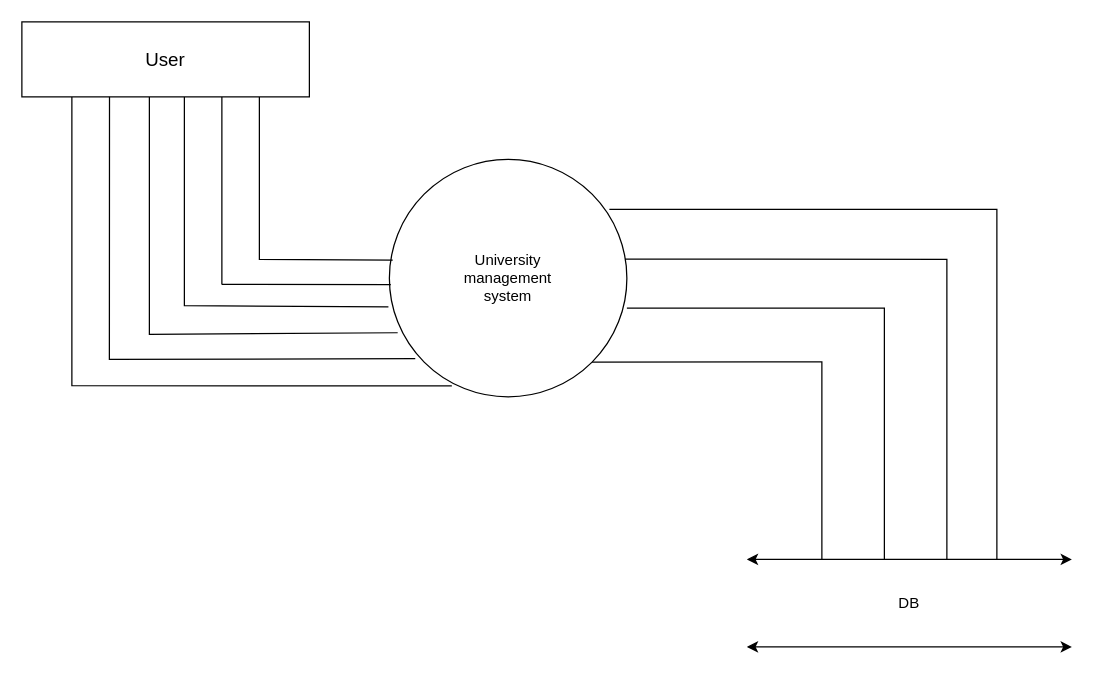
Above: university_management.drawio in mdarslan7/sepm_lab_diagrams (draw.io), before the change. Source tidied: cells renumbered, new cells numbered last; positions are measured from the earlier drawing's top-left corner, leaving out a move shared by most shapes. Both pictures are drawn from the tidied source at 125%, with x=0, y=0 at pixel (21, 21).
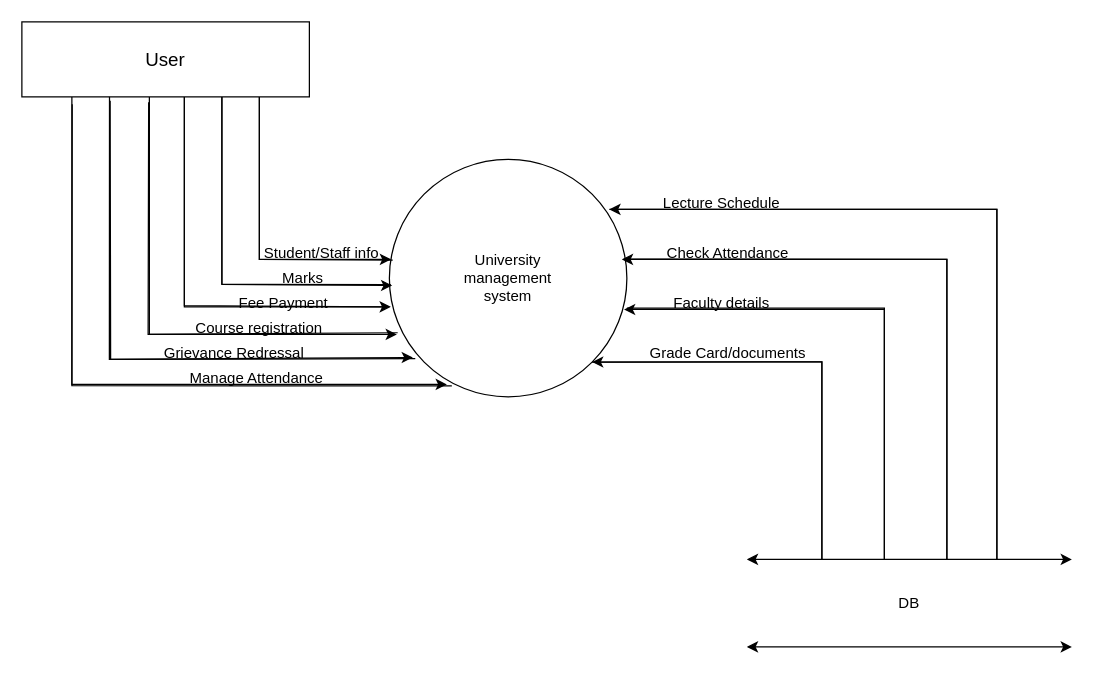
The same page after the edit.

Unchanged cells that the change refers to:
```xml
<mxCell id="2" style="ellipse;whiteSpace=wrap;html=1;" parent="1" vertex="1">
  <mxGeometry x="294" y="110" width="190" height="190" as="geometry" />
</mxCell>
<mxCell id="4" value="&lt;font style=&quot;font-size: 15px;&quot;&gt;User&lt;/font&gt;" style="rounded=0;whiteSpace=wrap;html=1;" parent="1" vertex="1">
  <mxGeometry width="230" height="60" as="geometry" />
</mxCell>
```

Change to the diagram source:
```diff
@@
+    <mxCell id="19" style="endArrow=classic;html=1;rounded=0;entryX=0.007;entryY=0.421;entryDx=0;entryDy=0;entryPerimeter=0;" parent="1" edge="1" target="2">
+      <mxGeometry relative="1" as="geometry">
+        <mxPoint x="190" y="60" as="sourcePoint" />
+        <Array as="points">
+          <mxPoint x="190" y="190" />
+        </Array>
+      </mxGeometry>
+    </mxCell>
+    <mxCell id="20" style="endArrow=classic;html=1;rounded=0;entryX=0.012;entryY=0.531;entryDx=0;entryDy=0;entryPerimeter=0;" parent="1" edge="1" target="2">
+      <mxGeometry relative="1" as="geometry">
+        <mxPoint x="160" y="60" as="sourcePoint" />
+        <Array as="points">
+          <mxPoint x="160" y="210" />
+        </Array>
+      </mxGeometry>
+    </mxCell>
+    <mxCell id="21" style="endArrow=classic;html=1;rounded=0;entryX=0.006;entryY=0.621;entryDx=0;entryDy=0;entryPerimeter=0;" parent="1" edge="1" target="2">
+      <mxGeometry relative="1" as="geometry">
+        <mxPoint x="130" y="60" as="sourcePoint" />
+        <Array as="points">
+          <mxPoint x="130" y="228" />
+        </Array>
+      </mxGeometry>
+    </mxCell>
+    <mxCell id="22" style="endArrow=classic;html=1;rounded=0;exitX=0.441;exitY=1.071;exitDx=0;exitDy=0;exitPerimeter=0;" parent="1" edge="1" source="4">
+      <mxGeometry relative="1" as="geometry">
+        <mxPoint x="300" y="250" as="targetPoint" />
+        <Array as="points">
+          <mxPoint x="101" y="250" />
+        </Array>
+      </mxGeometry>
+    </mxCell>
+    <mxCell id="23" style="endArrow=classic;html=1;rounded=0;exitX=0.307;exitY=1.053;exitDx=0;exitDy=0;exitPerimeter=0;entryX=0.099;entryY=0.834;entryDx=0;entryDy=0;entryPerimeter=0;" parent="1" edge="1" source="4" target="2">
+      <mxGeometry relative="1" as="geometry">
+        <Array as="points">
+          <mxPoint x="71" y="270" />
+        </Array>
+      </mxGeometry>
+    </mxCell>
+    <mxCell id="24" style="endArrow=classic;html=1;rounded=0;exitX=0.175;exitY=1.098;exitDx=0;exitDy=0;exitPerimeter=0;" parent="1" edge="1" source="4">
+      <mxGeometry relative="1" as="geometry">
+        <mxPoint x="340" y="290" as="targetPoint" />
+        <Array as="points">
+          <mxPoint x="40" y="290" />
+        </Array>
+      </mxGeometry>
+    </mxCell>
+    <mxCell id="25" style="endArrow=classic;html=1;rounded=0;entryX=1;entryY=1;entryDx=0;entryDy=0;" parent="1" edge="1" target="2">
+      <mxGeometry relative="1" as="geometry">
+        <mxPoint x="640" y="430" as="sourcePoint" />
+        <Array as="points">
+          <mxPoint x="640" y="272" />
+        </Array>
+      </mxGeometry>
+    </mxCell>
+    <mxCell id="26" style="endArrow=classic;html=1;rounded=0;entryX=0.988;entryY=0.632;entryDx=0;entryDy=0;entryPerimeter=0;" parent="1" edge="1" target="2">
+      <mxGeometry relative="1" as="geometry">
+        <mxPoint x="690" y="430" as="sourcePoint" />
+        <Array as="points">
+          <mxPoint x="690" y="230" />
+        </Array>
+      </mxGeometry>
+    </mxCell>
+    <mxCell id="27" style="endArrow=classic;html=1;rounded=0;" parent="1" edge="1">
+      <mxGeometry relative="1" as="geometry">
+        <mxPoint x="740" y="430" as="sourcePoint" />
+        <mxPoint x="480" y="190" as="targetPoint" />
+        <Array as="points">
+          <mxPoint x="740" y="190" />
+        </Array>
+      </mxGeometry>
+    </mxCell>
+    <mxCell id="28" style="endArrow=classic;html=1;rounded=0;" parent="1" edge="1">
+      <mxGeometry relative="1" as="geometry">
+        <mxPoint x="780" y="430" as="sourcePoint" />
+        <mxPoint x="470" y="150" as="targetPoint" />
+        <Array as="points">
+          <mxPoint x="780" y="150" />
+        </Array>
+      </mxGeometry>
+    </mxCell>
+    <mxCell id="29" value="Student/Staff info" style="text;html=1;align=center;verticalAlign=middle;whiteSpace=wrap;rounded=0;" parent="1" vertex="1">
+      <mxGeometry x="190" y="170" width="100" height="30" as="geometry" />
+    </mxCell>
+    <mxCell id="30" value="Marks" style="text;html=1;align=center;verticalAlign=middle;whiteSpace=wrap;rounded=0;" parent="1" vertex="1">
+      <mxGeometry x="190" y="190" width="70" height="30" as="geometry" />
+    </mxCell>
+    <mxCell id="31" value="Fee Payment" style="text;html=1;align=center;verticalAlign=middle;whiteSpace=wrap;rounded=0;" parent="1" vertex="1">
+      <mxGeometry x="159" y="210" width="101" height="30" as="geometry" />
+    </mxCell>
+    <mxCell id="32" value="Course registration" style="text;html=1;align=center;verticalAlign=middle;whiteSpace=wrap;rounded=0;" parent="1" vertex="1">
+      <mxGeometry x="130" y="230" width="120" height="30" as="geometry" />
+    </mxCell>
+    <mxCell id="33" value="Grievance Redressal" style="text;html=1;align=center;verticalAlign=middle;whiteSpace=wrap;rounded=0;" parent="1" vertex="1">
+      <mxGeometry x="110" y="250" width="120" height="30" as="geometry" />
+    </mxCell>
+    <mxCell id="34" value="Manage Attendance" style="text;html=1;align=center;verticalAlign=middle;whiteSpace=wrap;rounded=0;" parent="1" vertex="1">
+      <mxGeometry x="130" y="270" width="116" height="30" as="geometry" />
+    </mxCell>
+    <mxCell id="35" value="Check Attendance" style="text;html=1;align=center;verticalAlign=middle;whiteSpace=wrap;rounded=0;" parent="1" vertex="1">
+      <mxGeometry x="515" y="170" width="100" height="30" as="geometry" />
+    </mxCell>
+    <mxCell id="36" value="Faculty details" style="text;html=1;align=center;verticalAlign=middle;whiteSpace=wrap;rounded=0;" parent="1" vertex="1">
+      <mxGeometry x="515" y="210" width="90" height="30" as="geometry" />
+    </mxCell>
+    <mxCell id="37" value="Lecture Schedule" style="text;html=1;align=center;verticalAlign=middle;whiteSpace=wrap;rounded=0;" parent="1" vertex="1">
+      <mxGeometry x="505" y="130" width="110" height="30" as="geometry" />
+    </mxCell>
+    <mxCell id="38" value="Grade Card/documents" style="text;html=1;align=center;verticalAlign=middle;whiteSpace=wrap;rounded=0;" parent="1" vertex="1">
+      <mxGeometry x="485" y="250" width="160" height="30" as="geometry" />
+    </mxCell>
```
